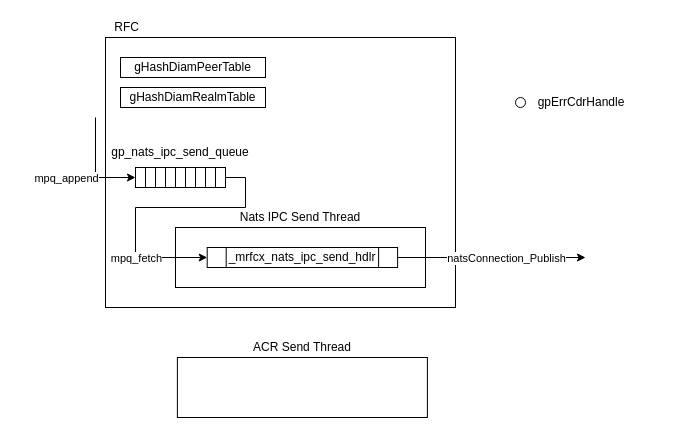
JaeHyeon774/NEWTIL keeps this draw.io diagram as RFC.drawio. Above is the earlier version. Source tidied: cells renumbered, new cells numbered last; positions are measured from the earlier drawing's top-left corner, leaving out a move shared by most shapes. Both pictures are drawn from the tidied source at 100%, with x=0, y=0 at pixel (95, 17).
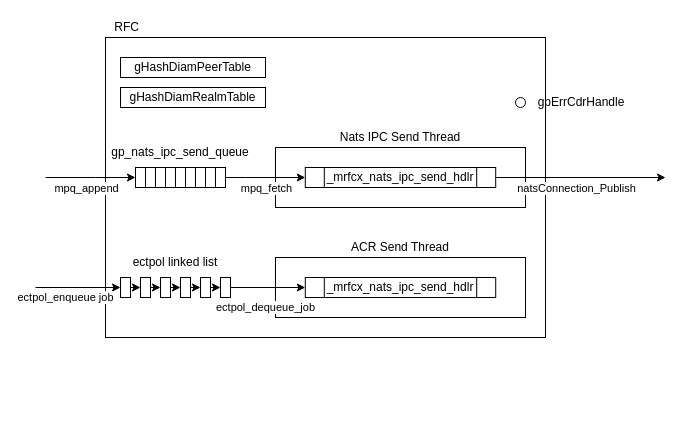
After the change.

The change refers to these unchanged cells:
```xml
<mxCell id="7" style="rounded=0;whiteSpace=wrap;html=1;" parent="6" vertex="1">
  <mxGeometry x="25" y="20" width="10" height="20" as="geometry" />
</mxCell>
<mxCell id="15" style="rounded=0;whiteSpace=wrap;html=1;" parent="6" vertex="1">
  <mxGeometry x="105" y="20" width="10" height="20" as="geometry" />
</mxCell>
```

Diff of the diagram source:
```diff
@@
     <mxCell id="2" style="rounded=0;whiteSpace=wrap;html=1;" parent="1" vertex="1">
-      <mxGeometry x="10" y="20" width="350" height="270" as="geometry" />
+      <mxGeometry x="10" y="20" width="440" height="300" as="geometry" />
     </mxCell>
     <mxCell id="3" style="group;" parent="1" vertex="1">
-      <mxGeometry x="80" y="190" width="250" height="80" as="geometry" />
+      <mxGeometry x="180" y="110" width="250" height="80" as="geometry" />
     </mxCell>
@@
+    <mxCell id="30" value="_mrfcx_nats_ipc_send_hdlr" style="shape=process;whiteSpace=wrap;html=1;backgroundOutline=1;" parent="3" vertex="1">
+      <mxGeometry x="29.8" y="40" width="190.4" height="20" as="geometry" />
+    </mxCell>
@@
     <mxCell id="17" style="endArrow=classic;html=1;rounded=0;entryX=0;entryY=0.5;entryDx=0;entryDy=0;" parent="1" edge="1" target="7">
       <mxGeometry relative="1" as="geometry">
-        <mxPoint y="100" as="sourcePoint" />
+        <mxPoint x="-50" y="160" as="sourcePoint" />
         <Array as="points">
           <mxPoint y="160" />
         </Array>
       </mxGeometry>
     </mxCell>
     <mxCell id="18" value="mpq_append" style="edgeLabel;html=1;align=center;verticalAlign=middle;" parent="17" vertex="1">
       <mxGeometry x="0.09" y="-1" relative="1" as="geometry">
-        <mxPoint x="-29" y="5" as="offset" />
+        <mxPoint x="-9" y="9" as="offset" />
       </mxGeometry>
     </mxCell>
     <mxCell id="19" style="edgeStyle=orthogonalEdgeStyle;rounded=0;jettySize=auto;html=1;exitX=1;exitY=0.5;exitDx=0;exitDy=0;entryX=0;entryY=0.5;entryDx=0;entryDy=0;" parent="1" edge="1" source="15" target="30">
       <mxGeometry relative="1" as="geometry">
         <Array as="points">
           <mxPoint x="150" y="160" />
-          <mxPoint x="150" y="190" />
-          <mxPoint x="40" y="190" />
-          <mxPoint x="40" y="240" />
+          <mxPoint x="150" y="160" />
         </Array>
       </mxGeometry>
     </mxCell>
     <mxCell id="20" value="mpq_fetch" style="edgeLabel;html=1;align=center;verticalAlign=middle;" parent="19" vertex="1">
       <mxGeometry x="0.08" relative="1" as="geometry">
-        <mxPoint x="-8" y="50" as="offset" />
+        <mxPoint x="-3" y="10" as="offset" />
       </mxGeometry>
     </mxCell>
@@
-    <mxCell id="27" style="rounded=0;whiteSpace=wrap;html=1;" parent="1" vertex="1">
-      <mxGeometry x="81.9" y="340" width="250" height="60" as="geometry" />
-    </mxCell>
     <mxCell id="28" style="edgeStyle=orthogonalEdgeStyle;rounded=0;jettySize=auto;html=1;exitX=1;exitY=0.5;exitDx=0;exitDy=0;" parent="1" edge="1" source="30">
       <mxGeometry relative="1" as="geometry">
-        <mxPoint x="490" y="240" as="targetPoint" />
+        <mxPoint x="570" y="160" as="targetPoint" />
         <Array as="points">
-          <mxPoint x="490" y="240" />
+          <mxPoint x="460" y="160" />
+          <mxPoint x="460" y="160" />
         </Array>
       </mxGeometry>
     </mxCell>
     <mxCell id="29" value="natsConnection_Publish" style="edgeLabel;html=1;align=center;verticalAlign=middle;" parent="28" vertex="1">
       <mxGeometry x="-0.14" y="3" relative="1" as="geometry">
-        <mxPoint x="27" y="3" as="offset" />
+        <mxPoint x="7" y="13" as="offset" />
       </mxGeometry>
     </mxCell>
-    <mxCell id="30" value="_mrfcx_nats_ipc_send_hdlr" style="shape=process;whiteSpace=wrap;html=1;backgroundOutline=1;" parent="1" vertex="1">
-      <mxGeometry x="111.7" y="230" width="190.4" height="20" as="geometry" />
-    </mxCell>
+    <mxCell id="32" style="group;" parent="1" vertex="1">
+      <mxGeometry x="180" y="220" width="250" height="80" as="geometry" />
+    </mxCell>
+    <mxCell id="27" style="rounded=0;whiteSpace=wrap;html=1;" parent="32" vertex="1">
+      <mxGeometry y="20" width="250" height="60" as="geometry" />
+    </mxCell>
-    <mxCell id="31" value="ACR S&lt;span style=&quot;background-color: transparent; color: light-dark(rgb(0, 0, 0), rgb(255, 255, 255));&quot;&gt;end Thread&lt;/span&gt;" style="text;html=1;align=center;verticalAlign=middle;whiteSpace=wrap;rounded=0;" parent="1" vertex="1">
-      <mxGeometry x="81.9" y="320" width="250" height="20" as="geometry" />
+    <mxCell id="31" value="ACR S&lt;span style=&quot;background-color: transparent; color: light-dark(rgb(0, 0, 0), rgb(255, 255, 255));&quot;&gt;end Thread&lt;/span&gt;" style="text;html=1;align=center;verticalAlign=middle;whiteSpace=wrap;rounded=0;" parent="32" vertex="1">
+      <mxGeometry width="250" height="20" as="geometry" />
     </mxCell>
+    <mxCell id="33" value="_mrfcx_nats_ipc_send_hdlr" style="shape=process;whiteSpace=wrap;html=1;backgroundOutline=1;" parent="32" vertex="1">
+      <mxGeometry x="29.8" y="40" width="190.4" height="20" as="geometry" />
+    </mxCell>
+    <mxCell id="34" value="ectpol_dequeue_job" style="edgeStyle=orthogonalEdgeStyle;rounded=0;jettySize=auto;html=1;exitX=1;exitY=0.5;exitDx=0;exitDy=0;" parent="1" edge="1" source="46" target="33">
+      <mxGeometry x="-0.06" y="-20" relative="1" as="geometry" />
+    </mxCell>
+    <mxCell id="35" style="group;" parent="1" vertex="1">
+      <mxGeometry x="10" y="240" width="140" height="40" as="geometry" />
+    </mxCell>
+    <mxCell id="36" style="edgeStyle=orthogonalEdgeStyle;rounded=0;jettySize=auto;html=1;exitX=1;exitY=0.5;exitDx=0;exitDy=0;entryX=0;entryY=0.5;entryDx=0;entryDy=0;" parent="35" edge="1" source="37" target="39">
+      <mxGeometry relative="1" as="geometry" />
+    </mxCell>
+    <mxCell id="37" style="rounded=0;whiteSpace=wrap;html=1;" parent="35" vertex="1">
+      <mxGeometry x="15" y="20" width="10" height="20" as="geometry" />
+    </mxCell>
+    <mxCell id="38" style="edgeStyle=orthogonalEdgeStyle;rounded=0;jettySize=auto;html=1;exitX=1;exitY=0.5;exitDx=0;exitDy=0;entryX=0;entryY=0.5;entryDx=0;entryDy=0;" parent="35" edge="1" source="39" target="41">
+      <mxGeometry relative="1" as="geometry" />
+    </mxCell>
+    <mxCell id="39" style="rounded=0;whiteSpace=wrap;html=1;" parent="35" vertex="1">
+      <mxGeometry x="35" y="20" width="10" height="20" as="geometry" />
+    </mxCell>
+    <mxCell id="40" style="edgeStyle=orthogonalEdgeStyle;rounded=0;jettySize=auto;html=1;exitX=1;exitY=0.5;exitDx=0;exitDy=0;entryX=0;entryY=0.5;entryDx=0;entryDy=0;" parent="35" edge="1" source="41" target="43">
+      <mxGeometry relative="1" as="geometry" />
+    </mxCell>
+    <mxCell id="41" style="rounded=0;whiteSpace=wrap;html=1;" parent="35" vertex="1">
+      <mxGeometry x="55" y="20" width="10" height="20" as="geometry" />
+    </mxCell>
+    <mxCell id="42" style="edgeStyle=orthogonalEdgeStyle;rounded=0;jettySize=auto;html=1;exitX=1;exitY=0.5;exitDx=0;exitDy=0;entryX=0;entryY=0.5;entryDx=0;entryDy=0;" parent="35" edge="1" source="43" target="45">
+      <mxGeometry relative="1" as="geometry" />
+    </mxCell>
+    <mxCell id="43" style="rounded=0;whiteSpace=wrap;html=1;" parent="35" vertex="1">
+      <mxGeometry x="75" y="20" width="10" height="20" as="geometry" />
+    </mxCell>
+    <mxCell id="44" style="edgeStyle=orthogonalEdgeStyle;rounded=0;jettySize=auto;html=1;exitX=1;exitY=0.5;exitDx=0;exitDy=0;entryX=0;entryY=0.5;entryDx=0;entryDy=0;" parent="35" edge="1" source="45" target="46">
+      <mxGeometry relative="1" as="geometry" />
+    </mxCell>
+    <mxCell id="45" style="rounded=0;whiteSpace=wrap;html=1;" parent="35" vertex="1">
+      <mxGeometry x="95" y="20" width="10" height="20" as="geometry" />
+    </mxCell>
+    <mxCell id="46" style="rounded=0;whiteSpace=wrap;html=1;" parent="35" vertex="1">
+      <mxGeometry x="115" y="20" width="10" height="20" as="geometry" />
+    </mxCell>
+    <mxCell id="47" value="ectpol linked list" style="text;html=1;align=center;verticalAlign=middle;whiteSpace=wrap;rounded=0;" parent="35" vertex="1">
+      <mxGeometry width="140" height="10" as="geometry" />
+    </mxCell>
+    <mxCell id="48" value="ectpol_enqueue job" style="endArrow=classic;html=1;rounded=0;entryX=0;entryY=0.5;entryDx=0;entryDy=0;exitX=0;exitY=0.5;exitDx=0;exitDy=0;" parent="35" edge="1" target="37">
+      <mxGeometry x="-0.29" y="-10" relative="1" as="geometry">
+        <mxPoint x="-70" y="30" as="sourcePoint" />
+      </mxGeometry>
+    </mxCell>
```
